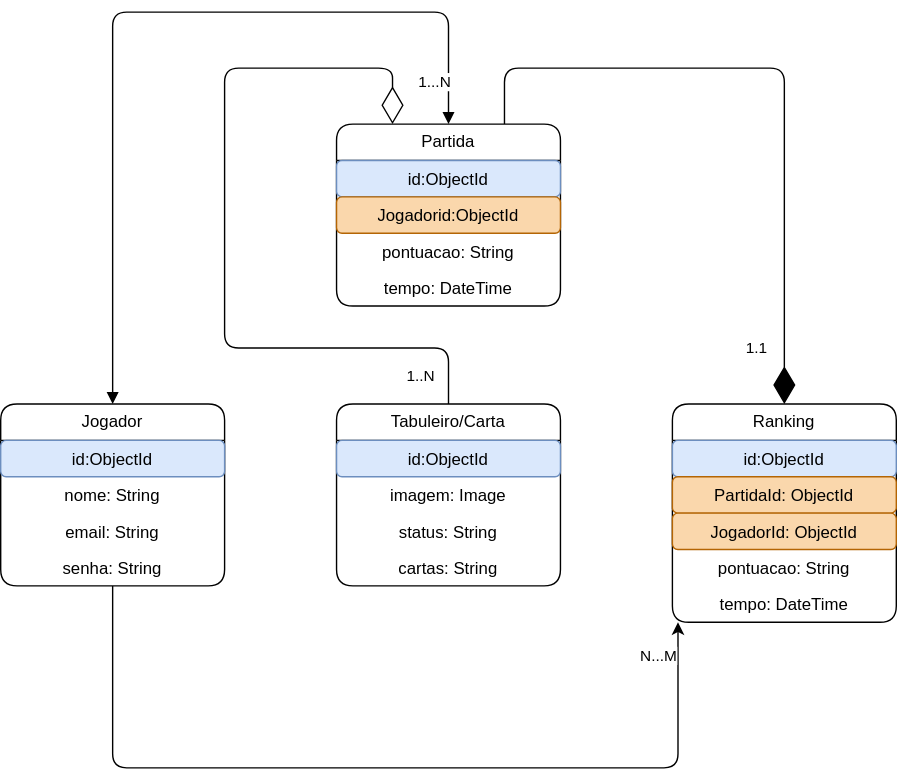
Earlier version of the draw.io export Docs/NOAMPi.svg (FatecFranca/DSM-P3-G05-2025-1). Source tidied: cells renumbered, new cells last; positions are measured from the earlier drawing's top-left corner, leaving out a move shared by most shapes.
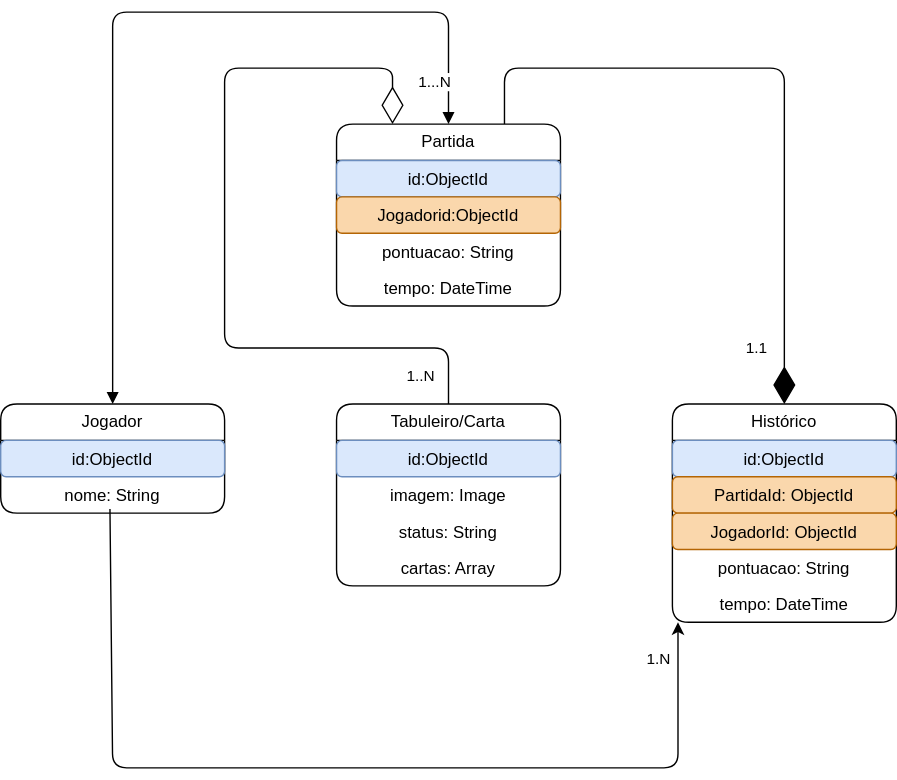
After the commit.

Commit message:
Update Noampi e documentação

Diff of the diagram source:
```diff
@@ -3,7 +3,7 @@
     <mxCell id="0" />
     <mxCell id="1" parent="0" />
     <mxCell id="2" value="Jogador" style="swimlane;fontStyle=0;horizontal=1;startSize=26;fillColor=none;whiteSpace=wrap;html=1;rounded=1;" parent="1" vertex="1">
-      <mxGeometry y="280" width="160" height="130" as="geometry" />
+      <mxGeometry y="280" width="160" height="78" as="geometry" />
     </mxCell>
     <mxCell id="3" value="id:ObjectId" style="text;strokeColor=#6c8ebf;fillColor=#dae8fc;align=center;verticalAlign=top;spacingLeft=4;spacingRight=4;overflow=hidden;whiteSpace=wrap;html=1;rounded=1;" parent="2" vertex="1">
       <mxGeometry y="26" width="160" height="26" as="geometry" />
@@ -11,12 +11,6 @@
     <mxCell id="4" value="nome: String" style="text;strokeColor=none;fillColor=none;align=center;verticalAlign=top;spacingLeft=4;spacingRight=4;overflow=hidden;points=[[0,0.5],[1,0.5]];portConstraint=eastwest;whiteSpace=wrap;html=1;rounded=1;" parent="2" vertex="1">
       <mxGeometry y="52" width="160" height="26" as="geometry" />
     </mxCell>
-    <mxCell id="5" value="email: String" style="text;strokeColor=none;fillColor=none;align=center;verticalAlign=top;spacingLeft=4;spacingRight=4;overflow=hidden;whiteSpace=wrap;html=1;rounded=1;" parent="2" vertex="1">
-      <mxGeometry y="78" width="160" height="26" as="geometry" />
-    </mxCell>
-    <mxCell id="6" value="senha: String" style="text;strokeColor=none;fillColor=none;align=center;verticalAlign=top;spacingLeft=4;spacingRight=4;overflow=hidden;points=[[0,0.5],[1,0.5]];portConstraint=eastwest;whiteSpace=wrap;html=1;rounded=1;" parent="2" vertex="1">
-      <mxGeometry y="104" width="160" height="26" as="geometry" />
-    </mxCell>
     <mxCell id="7" value="Tabuleiro/Carta" style="swimlane;fontStyle=0;horizontal=1;startSize=26;fillColor=none;whiteSpace=wrap;html=1;rounded=1;" parent="1" vertex="1">
       <mxGeometry x="240" y="280" width="160" height="130" as="geometry" />
     </mxCell>
@@ -29,7 +23,7 @@
     <mxCell id="10" value="status: String" style="text;strokeColor=none;fillColor=none;align=center;verticalAlign=top;spacingLeft=4;spacingRight=4;overflow=hidden;whiteSpace=wrap;html=1;rounded=1;" parent="7" vertex="1">
       <mxGeometry y="78" width="160" height="26" as="geometry" />
     </mxCell>
-    <mxCell id="11" value="cartas: String" style="text;strokeColor=none;fillColor=none;align=center;verticalAlign=top;spacingLeft=4;spacingRight=4;overflow=hidden;whiteSpace=wrap;html=1;rounded=1;" parent="7" vertex="1">
+    <mxCell id="11" value="cartas: Array" style="text;strokeColor=none;fillColor=none;align=center;verticalAlign=top;spacingLeft=4;spacingRight=4;overflow=hidden;whiteSpace=wrap;html=1;rounded=1;" parent="7" vertex="1">
       <mxGeometry y="104" width="160" height="26" as="geometry" />
     </mxCell>
     <mxCell id="12" value="Partida" style="swimlane;fontStyle=0;horizontal=1;startSize=26;fillColor=none;whiteSpace=wrap;html=1;rounded=1;" parent="1" vertex="1">
@@ -47,7 +41,7 @@
     <mxCell id="16" value="tempo: DateTime" style="text;strokeColor=none;fillColor=none;align=center;verticalAlign=top;spacingLeft=4;spacingRight=4;overflow=hidden;whiteSpace=wrap;html=1;rounded=1;" parent="12" vertex="1">
       <mxGeometry y="104" width="160" height="26" as="geometry" />
     </mxCell>
-    <mxCell id="17" value="Ranking" style="swimlane;fontStyle=0;horizontal=1;startSize=26;fillColor=none;whiteSpace=wrap;html=1;rounded=1;" parent="1" vertex="1">
+    <mxCell id="17" value="Histórico" style="swimlane;fontStyle=0;horizontal=1;startSize=26;fillColor=none;whiteSpace=wrap;html=1;rounded=1;" parent="1" vertex="1">
       <mxGeometry x="480" y="280" width="160" height="156" as="geometry" />
     </mxCell>
     <mxCell id="18" value="id:ObjectId" style="text;strokeColor=#6c8ebf;fillColor=#dae8fc;align=center;verticalAlign=top;spacingLeft=4;spacingRight=4;overflow=hidden;whiteSpace=wrap;html=1;rounded=1;" parent="17" vertex="1">
@@ -91,7 +85,7 @@
         </Array>
       </mxGeometry>
     </mxCell>
-    <mxCell id="26" value="N...M" style="edgeStyle=none;html=1;entryX=0.025;entryY=1;entryDx=0;entryDy=0;entryPerimeter=0;" parent="1" edge="1" source="6" target="22">
+    <mxCell id="26" value="1.N" style="edgeStyle=none;html=1;entryX=0.025;entryY=1;entryDx=0;entryDy=0;entryPerimeter=0;exitX=0.488;exitY=0.885;exitDx=0;exitDy=0;exitPerimeter=0;" parent="1" edge="1" source="4" target="22">
       <mxGeometry x="0.92" y="14" relative="1" as="geometry">
         <Array as="points">
           <mxPoint x="80" y="540" />
```
